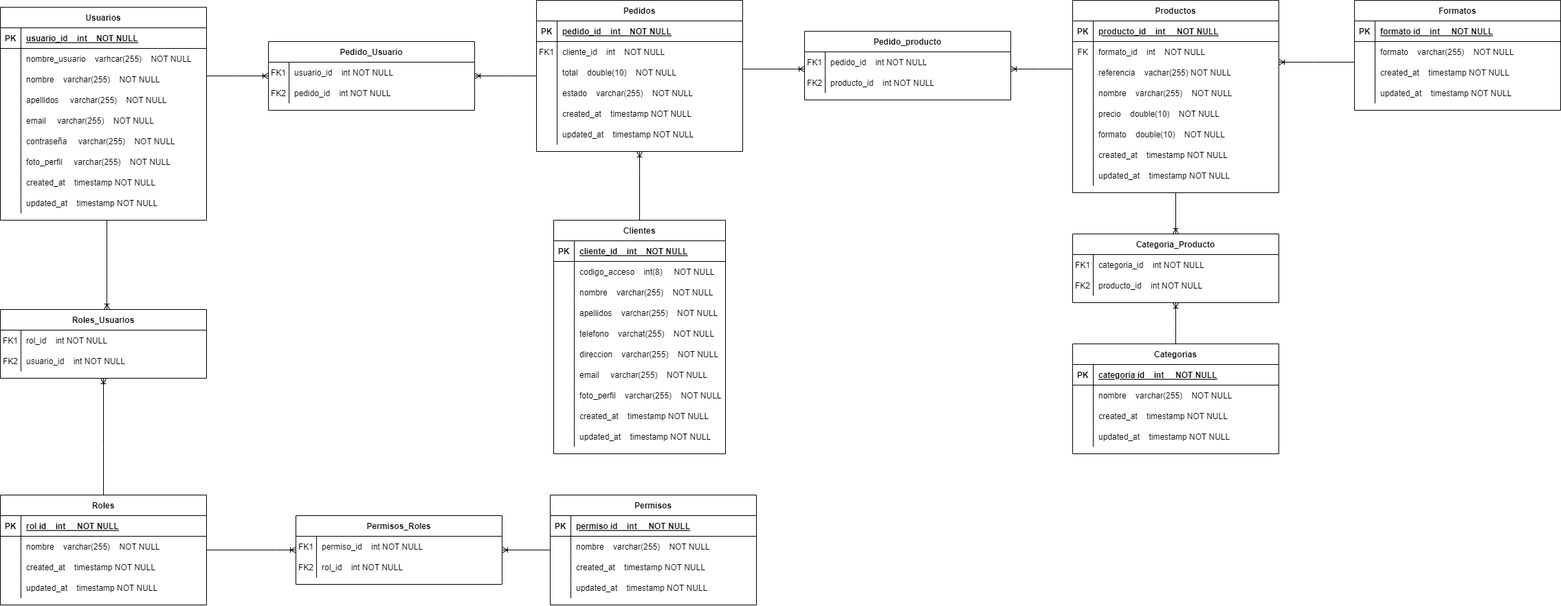
JaviJamaCast/reto-3-bodegas keeps this draw.io diagram as documents/MER.png. Above is the earlier version. Source tidied: cells renumbered, new cells last; positions are measured from the earlier drawing's top-left corner, leaving out a move shared by most shapes.
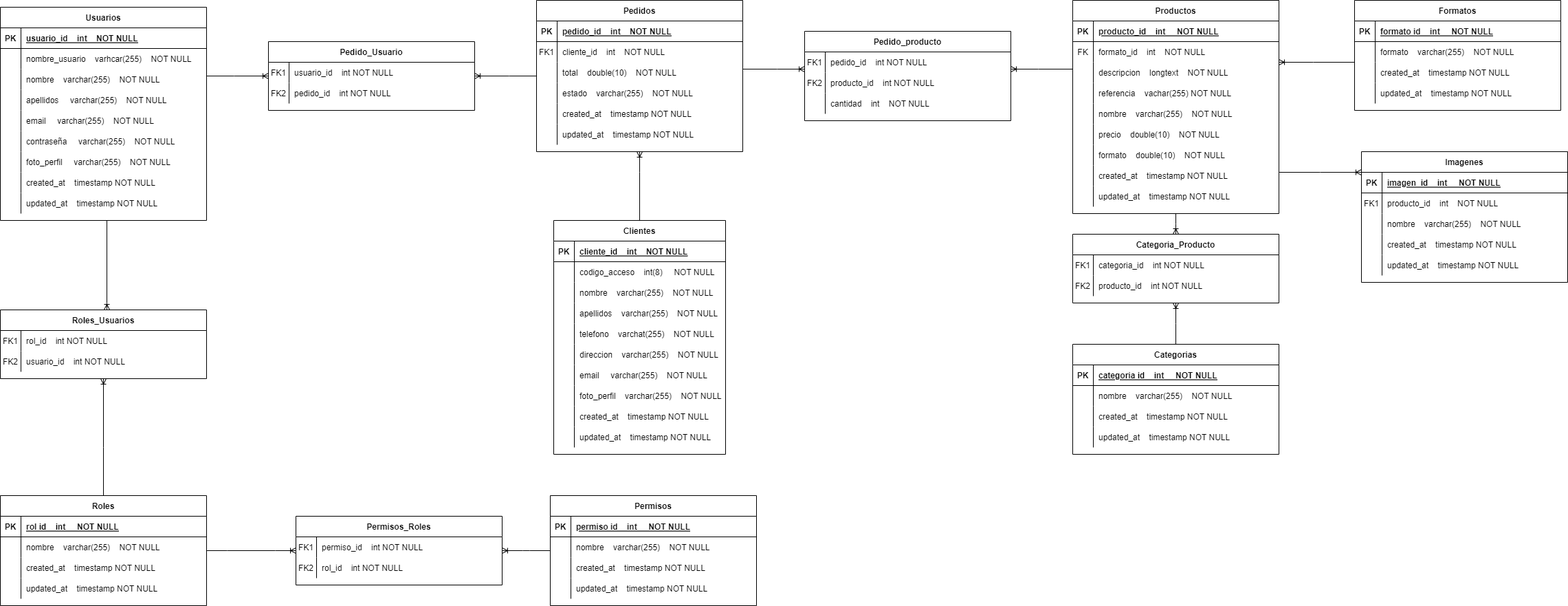
The same diagram one commit later.

Commit message:
Mer actualizado y enlace para ir a ver los diseños de las paginas

Diff of the diagram source:
```diff
@@ -219,7 +219,7 @@
       <mxGeometry x="30" width="270" height="30" as="geometry" />
     </mxCell>
     <mxCell id="74" value="Productos" style="shape=table;startSize=30;rowLines=0;fontStyle=1;align=center;" parent="1" vertex="1">
-      <mxGeometry x="1560" width="300" height="280" as="geometry" />
+      <mxGeometry x="1560" width="300" height="310" as="geometry" />
     </mxCell>
     <mxCell id="75" style="shape=partialRectangle;fillColor=none;top=0;left=0;right=0;bottom=1;" parent="74" vertex="1">
       <mxGeometry y="30" width="300" height="30" as="geometry" />
@@ -239,8 +239,17 @@
     <mxCell id="80" value="formato_id    int    NOT NULL" style="shape=partialRectangle;overflow=hidden;fillColor=none;top=0;left=0;bottom=0;right=0;align=left;spacingLeft=6;" parent="78" vertex="1">
       <mxGeometry x="30" width="270" height="30" as="geometry" />
     </mxCell>
+    <mxCell id="204" style="shape=partialRectangle;fillColor=none;top=0;left=0;right=0;bottom=0;" parent="74" vertex="1">
+      <mxGeometry y="90" width="300" height="30" as="geometry" />
+    </mxCell>
+    <mxCell id="205" style="shape=partialRectangle;overflow=hidden;fillColor=none;top=0;left=0;bottom=0;right=0;" parent="204" vertex="1">
+      <mxGeometry width="30" height="30" as="geometry" />
+    </mxCell>
+    <mxCell id="206" value="descripcion    longtext    NOT NULL" style="shape=partialRectangle;overflow=hidden;fillColor=none;top=0;left=0;bottom=0;right=0;align=left;spacingLeft=6;" parent="204" vertex="1">
+      <mxGeometry x="30" width="270" height="30" as="geometry" />
+    </mxCell>
     <mxCell id="81" style="shape=partialRectangle;fillColor=none;top=0;left=0;right=0;bottom=0;" parent="74" vertex="1">
-      <mxGeometry y="90" width="300" height="30" as="geometry" />
+      <mxGeometry y="120" width="300" height="30" as="geometry" />
     </mxCell>
     <mxCell id="82" style="shape=partialRectangle;overflow=hidden;fillColor=none;top=0;left=0;bottom=0;right=0;" parent="81" vertex="1">
       <mxGeometry width="30" height="30" as="geometry" />
@@ -249,7 +258,7 @@
       <mxGeometry x="30" width="270" height="30" as="geometry" />
     </mxCell>
     <mxCell id="84" style="shape=partialRectangle;fillColor=none;top=0;left=0;right=0;bottom=0;" parent="74" vertex="1">
-      <mxGeometry y="120" width="300" height="30" as="geometry" />
+      <mxGeometry y="150" width="300" height="30" as="geometry" />
     </mxCell>
     <mxCell id="85" style="shape=partialRectangle;overflow=hidden;fillColor=none;top=0;left=0;bottom=0;right=0;" parent="84" vertex="1">
       <mxGeometry width="30" height="30" as="geometry" />
@@ -258,7 +267,7 @@
       <mxGeometry x="30" width="270" height="30" as="geometry" />
     </mxCell>
     <mxCell id="87" style="shape=partialRectangle;fillColor=none;top=0;left=0;right=0;bottom=0;" parent="74" vertex="1">
-      <mxGeometry y="150" width="300" height="30" as="geometry" />
+      <mxGeometry y="180" width="300" height="30" as="geometry" />
     </mxCell>
     <mxCell id="88" style="shape=partialRectangle;overflow=hidden;fillColor=none;top=0;left=0;bottom=0;right=0;" parent="87" vertex="1">
       <mxGeometry width="30" height="30" as="geometry" />
@@ -267,7 +276,7 @@
       <mxGeometry x="30" width="270" height="30" as="geometry" />
     </mxCell>
     <mxCell id="90" style="shape=partialRectangle;fillColor=none;top=0;left=0;right=0;bottom=0;" parent="74" vertex="1">
-      <mxGeometry y="180" width="300" height="30" as="geometry" />
+      <mxGeometry y="210" width="300" height="30" as="geometry" />
     </mxCell>
     <mxCell id="91" style="shape=partialRectangle;overflow=hidden;fillColor=none;top=0;left=0;bottom=0;right=0;" parent="90" vertex="1">
       <mxGeometry width="30" height="30" as="geometry" />
@@ -276,7 +285,7 @@
       <mxGeometry x="30" width="270" height="30" as="geometry" />
     </mxCell>
     <mxCell id="93" style="shape=partialRectangle;fillColor=none;top=0;left=0;right=0;bottom=0;" parent="74" vertex="1">
-      <mxGeometry y="210" width="300" height="30" as="geometry" />
+      <mxGeometry y="240" width="300" height="30" as="geometry" />
     </mxCell>
     <mxCell id="94" style="shape=partialRectangle;overflow=hidden;fillColor=none;top=0;left=0;bottom=0;right=0;" parent="93" vertex="1">
       <mxGeometry width="30" height="30" as="geometry" />
@@ -285,7 +294,7 @@
       <mxGeometry x="30" width="270" height="30" as="geometry" />
     </mxCell>
     <mxCell id="96" style="shape=partialRectangle;fillColor=none;top=0;left=0;right=0;bottom=0;" parent="74" vertex="1">
-      <mxGeometry y="240" width="300" height="30" as="geometry" />
+      <mxGeometry y="270" width="300" height="30" as="geometry" />
     </mxCell>
     <mxCell id="97" style="shape=partialRectangle;overflow=hidden;fillColor=none;top=0;left=0;bottom=0;right=0;" parent="96" vertex="1">
       <mxGeometry width="30" height="30" as="geometry" />
@@ -503,7 +512,7 @@
       </mxGeometry>
     </mxCell>
     <mxCell id="159" value="Pedido_producto" style="shape=table;startSize=30;rowLines=0;fontStyle=1;align=center;" parent="1" vertex="1">
-      <mxGeometry x="1170" y="45" width="300" height="100" as="geometry" />
+      <mxGeometry x="1170" y="45" width="300" height="130" as="geometry" />
     </mxCell>
     <mxCell id="160" style="shape=partialRectangle;fillColor=none;top=0;left=0;right=0;bottom=0;" parent="159" vertex="1">
       <mxGeometry y="30" width="300" height="30" as="geometry" />
@@ -523,6 +532,15 @@
     <mxCell id="165" value="producto_id    int NOT NULL" style="shape=partialRectangle;overflow=hidden;fillColor=none;top=0;left=0;bottom=0;right=0;align=left;spacingLeft=6;" parent="163" vertex="1">
       <mxGeometry x="30" width="270" height="30" as="geometry" />
     </mxCell>
+    <mxCell id="207" style="shape=partialRectangle;fillColor=none;top=0;left=0;right=0;bottom=0;" parent="159" vertex="1">
+      <mxGeometry y="90" width="300" height="30" as="geometry" />
+    </mxCell>
+    <mxCell id="208" style="shape=partialRectangle;overflow=hidden;fillColor=none;top=0;left=0;bottom=0;right=0;" parent="207" vertex="1">
+      <mxGeometry width="30" height="30" as="geometry" />
+    </mxCell>
+    <mxCell id="209" value="cantidad    int    NOT NULL" style="shape=partialRectangle;overflow=hidden;fillColor=none;top=0;left=0;bottom=0;right=0;align=left;spacingLeft=6;" parent="207" vertex="1">
+      <mxGeometry x="30" width="270" height="30" as="geometry" />
+    </mxCell>
     <mxCell id="166" style="edgeStyle=elbowEdgeStyle;fontSize=12;html=1;endArrow=ERoneToMany;rounded=0;elbow=vertical;" parent="1" edge="1" source="131" target="159">
       <mxGeometry relative="1" as="geometry">
         <Array as="points">
@@ -649,5 +667,60 @@
     <mxCell id="203" style="edgeStyle=elbowEdgeStyle;fontSize=12;html=1;endArrow=ERoneToMany;rounded=0;elbow=vertical;" parent="1" edge="1" source="74" target="196">
       <mxGeometry relative="1" as="geometry" />
     </mxCell>
+    <mxCell id="210" value="Imagenes" style="shape=table;startSize=30;rowLines=0;fontStyle=1;align=center;" parent="1" vertex="1">
+      <mxGeometry x="1980" y="220" width="300" height="190" as="geometry" />
+    </mxCell>
+    <mxCell id="211" style="shape=partialRectangle;fillColor=none;top=0;left=0;right=0;bottom=1;" parent="210" vertex="1">
+      <mxGeometry y="30" width="300" height="30" as="geometry" />
+    </mxCell>
+    <mxCell id="212" value="PK" style="shape=partialRectangle;overflow=hidden;fillColor=none;top=0;left=0;bottom=0;right=0;fontStyle=1;" parent="211" vertex="1">
+      <mxGeometry width="30" height="30" as="geometry" />
+    </mxCell>
+    <mxCell id="213" value="imagen  id    int     NOT NULL" style="shape=partialRectangle;overflow=hidden;fillColor=none;top=0;left=0;bottom=0;right=0;align=left;spacingLeft=6;fontStyle=5;" parent="211" vertex="1">
+      <mxGeometry x="30" width="270" height="30" as="geometry" />
+    </mxCell>
+    <mxCell id="214" style="shape=partialRectangle;fillColor=none;top=0;left=0;right=0;bottom=0;" parent="210" vertex="1">
+      <mxGeometry y="60" width="300" height="30" as="geometry" />
+    </mxCell>
+    <mxCell id="215" value="FK1" style="shape=partialRectangle;overflow=hidden;fillColor=none;top=0;left=0;bottom=0;right=0;" parent="214" vertex="1">
+      <mxGeometry width="30" height="30" as="geometry" />
+    </mxCell>
+    <mxCell id="216" value="producto_id    int    NOT NULL" style="shape=partialRectangle;overflow=hidden;fillColor=none;top=0;left=0;bottom=0;right=0;align=left;spacingLeft=6;" parent="214" vertex="1">
+      <mxGeometry x="30" width="270" height="30" as="geometry" />
+    </mxCell>
+    <mxCell id="217" style="shape=partialRectangle;fillColor=none;top=0;left=0;right=0;bottom=0;" parent="210" vertex="1">
+      <mxGeometry y="90" width="300" height="30" as="geometry" />
+    </mxCell>
+    <mxCell id="218" style="shape=partialRectangle;overflow=hidden;fillColor=none;top=0;left=0;bottom=0;right=0;" parent="217" vertex="1">
+      <mxGeometry width="30" height="30" as="geometry" />
+    </mxCell>
+    <mxCell id="219" value="nombre    varchar(255)    NOT NULL" style="shape=partialRectangle;overflow=hidden;fillColor=none;top=0;left=0;bottom=0;right=0;align=left;spacingLeft=6;" parent="217" vertex="1">
+      <mxGeometry x="30" width="270" height="30" as="geometry" />
+    </mxCell>
+    <mxCell id="220" style="shape=partialRectangle;fillColor=none;top=0;left=0;right=0;bottom=0;" parent="210" vertex="1">
+      <mxGeometry y="120" width="300" height="30" as="geometry" />
+    </mxCell>
+    <mxCell id="221" style="shape=partialRectangle;overflow=hidden;fillColor=none;top=0;left=0;bottom=0;right=0;" parent="220" vertex="1">
+      <mxGeometry width="30" height="30" as="geometry" />
+    </mxCell>
+    <mxCell id="222" value="created_at    timestamp NOT NULL" style="shape=partialRectangle;overflow=hidden;fillColor=none;top=0;left=0;bottom=0;right=0;align=left;spacingLeft=6;" parent="220" vertex="1">
+      <mxGeometry x="30" width="270" height="30" as="geometry" />
+    </mxCell>
+    <mxCell id="223" style="shape=partialRectangle;fillColor=none;top=0;left=0;right=0;bottom=0;" parent="210" vertex="1">
+      <mxGeometry y="150" width="300" height="30" as="geometry" />
+    </mxCell>
+    <mxCell id="224" style="shape=partialRectangle;overflow=hidden;fillColor=none;top=0;left=0;bottom=0;right=0;" parent="223" vertex="1">
+      <mxGeometry width="30" height="30" as="geometry" />
+    </mxCell>
+    <mxCell id="225" value="updated_at    timestamp NOT NULL" style="shape=partialRectangle;overflow=hidden;fillColor=none;top=0;left=0;bottom=0;right=0;align=left;spacingLeft=6;" parent="223" vertex="1">
+      <mxGeometry x="30" width="270" height="30" as="geometry" />
+    </mxCell>
+    <mxCell id="226" style="edgeStyle=elbowEdgeStyle;fontSize=12;html=1;endArrow=ERoneToMany;rounded=0;elbow=vertical;" parent="1" edge="1" source="74" target="210">
+      <mxGeometry relative="1" as="geometry">
+        <Array as="points">
+          <mxPoint x="1920" y="250" />
+        </Array>
+      </mxGeometry>
+    </mxCell>
   </root>
 </mxGraphModel>
```
